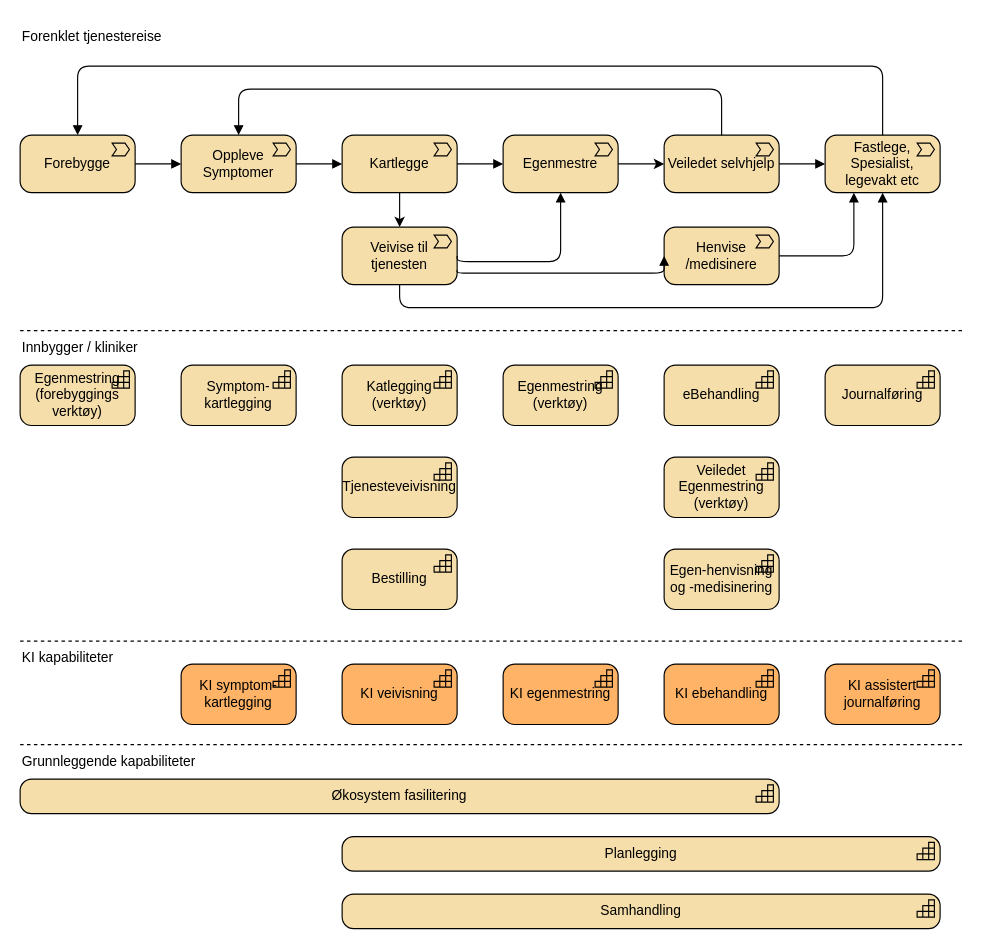
Before: page "Verdikjede-overordnet" (1 of 3) of docs/interessent/value-chain.drawio in hdir/Digital-Forstelinje, a draw.io diagram. Source tidied: cells renumbered, new cells numbered last; positions are measured from the earlier drawing's top-left corner, leaving out a move shared by most shapes. Both pictures are drawn from the tidied source at 115%, with x=0, y=0 at pixel (20, 20).
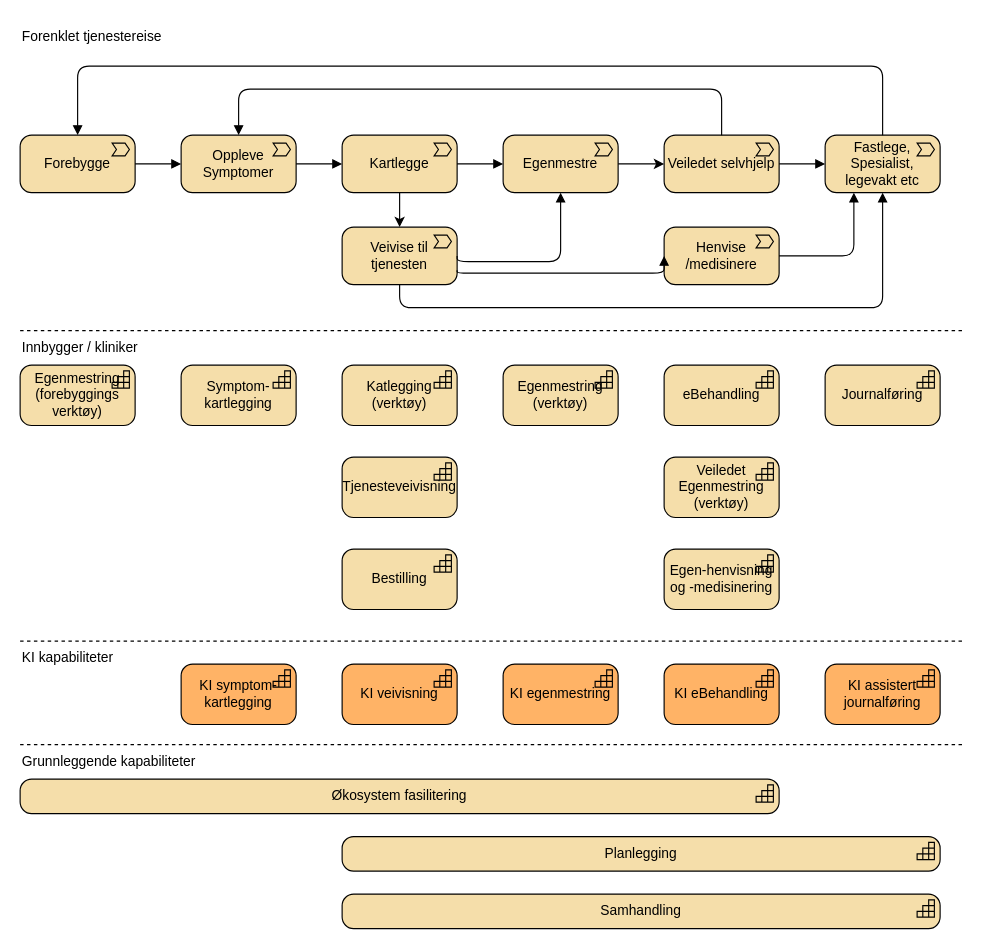
After the change.

Diff of the diagram source:
```diff
@@
-    <mxCell id="30" value="KI ebehandling" style="html=1;whiteSpace=wrap;fillColor=#FFB366;shape=mxgraph.archimate3.application;appType=capability;archiType=rounded;" parent="1" vertex="1">
+    <mxCell id="30" value="KI eBehandling" style="html=1;whiteSpace=wrap;fillColor=#FFB366;shape=mxgraph.archimate3.application;appType=capability;archiType=rounded;" parent="1" vertex="1">
       <mxGeometry x="560" y="560" width="100" height="52.5" as="geometry" />
     </mxCell>
```
